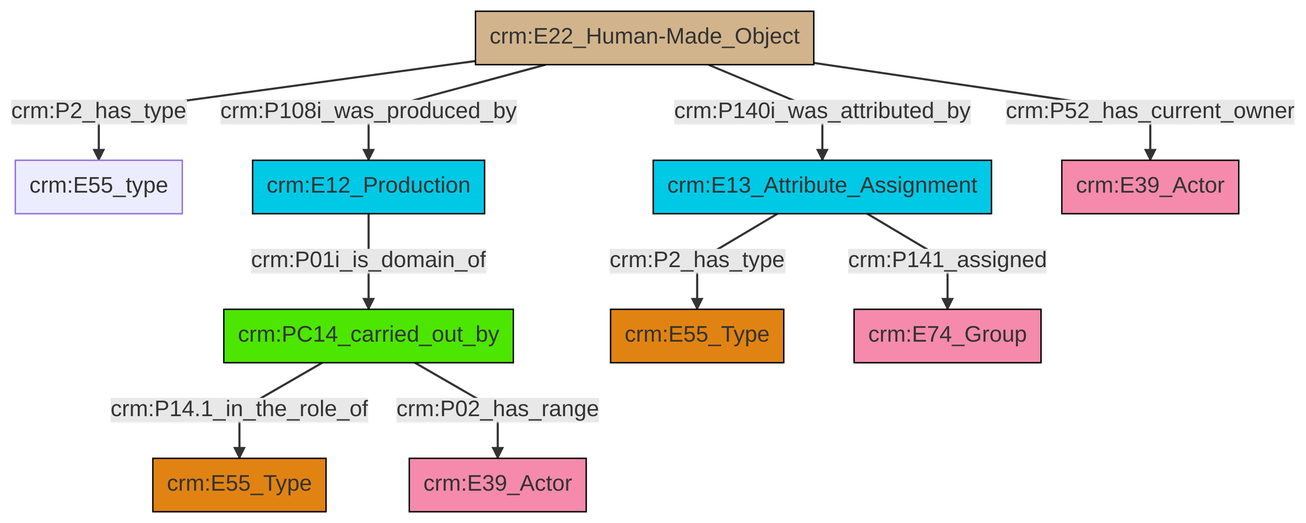
This is et/builtWorkCSV/ttl/mmd/png/Built_Work_actor_relations.png from swiss-art-research-net/docs.swissartresearch, a Mermaid export, as it was before one commit. Its source is kept beside it as et/builtWorkCSV/ttl/mmd/Built_Work_actor_relations.ttl.mmd.
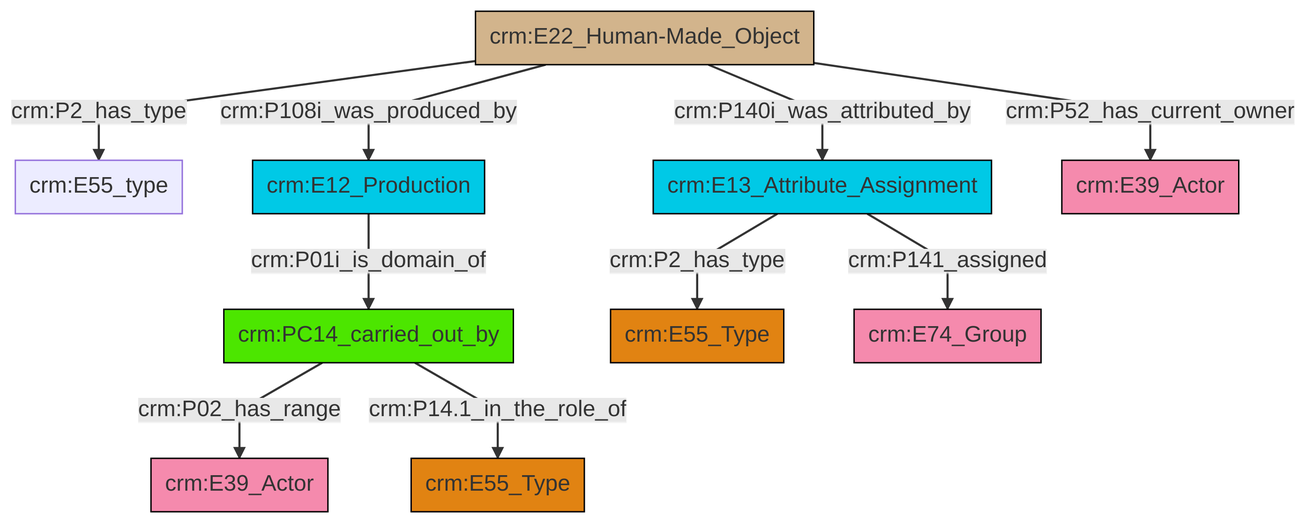
The same file after the commit.

Diff of the diagram source:
```diff
@@ -13,12 +13,12 @@
 classDef PC_Classes fill:#4ce600, stroke:#000000;
 classDef Multi fill:#cccccc,stroke:#000000;
 
-6["crm:E22_Human-Made_Object"]:::Physical_Thing -->|crm:P2_has_type| 7["crm:E55_type"]:::Default
-2["crm:E12_Production"]:::Temporal_Entity -->|crm:P01i_is_domain_of| 8["crm:PC14_carried_out_by"]:::PC_Classes
-10["crm:E13_Attribute_Assignment"]:::Temporal_Entity -->|crm:P2_has_type| 4["crm:E55_Type"]:::Type
-10["crm:E13_Attribute_Assignment"]:::Temporal_Entity -->|crm:P141_assigned| 11["crm:E74_Group"]:::Actor
-8["crm:PC14_carried_out_by"]:::PC_Classes -->|crm:P14.1_in_the_role_of| 12["crm:E55_Type"]:::Type
-6["crm:E22_Human-Made_Object"]:::Physical_Thing -->|crm:P108i_was_produced_by| 2["crm:E12_Production"]:::Temporal_Entity
-6["crm:E22_Human-Made_Object"]:::Physical_Thing -->|crm:P140i_was_attributed_by| 10["crm:E13_Attribute_Assignment"]:::Temporal_Entity
-6["crm:E22_Human-Made_Object"]:::Physical_Thing -->|crm:P52_has_current_owner| 0["crm:E39_Actor"]:::Actor
-8["crm:PC14_carried_out_by"]:::PC_Classes -->|crm:P02_has_range| 17["crm:E39_Actor"]:::Actor
+0["crm:E22_Human-Made_Object"]:::Physical_Thing -->|crm:P2_has_type| 2["crm:E55_type"]:::Default
+3["crm:E12_Production"]:::Temporal_Entity -->|crm:P01i_is_domain_of| 4["crm:PC14_carried_out_by"]:::PC_Classes
+0["crm:E22_Human-Made_Object"]:::Physical_Thing -->|crm:P140i_was_attributed_by| 8["crm:E13_Attribute_Assignment"]:::Temporal_Entity
+0["crm:E22_Human-Made_Object"]:::Physical_Thing -->|crm:P52_has_current_owner| 11["crm:E39_Actor"]:::Actor
+8["crm:E13_Attribute_Assignment"]:::Temporal_Entity -->|crm:P141_assigned| 13["crm:E74_Group"]:::Actor
+8["crm:E13_Attribute_Assignment"]:::Temporal_Entity -->|crm:P2_has_type| 5["crm:E55_Type"]:::Type
+0["crm:E22_Human-Made_Object"]:::Physical_Thing -->|crm:P108i_was_produced_by| 3["crm:E12_Production"]:::Temporal_Entity
+4["crm:PC14_carried_out_by"]:::PC_Classes -->|crm:P02_has_range| 15["crm:E39_Actor"]:::Actor
+4["crm:PC14_carried_out_by"]:::PC_Classes -->|crm:P14.1_in_the_role_of| 17["crm:E55_Type"]:::Type
```
